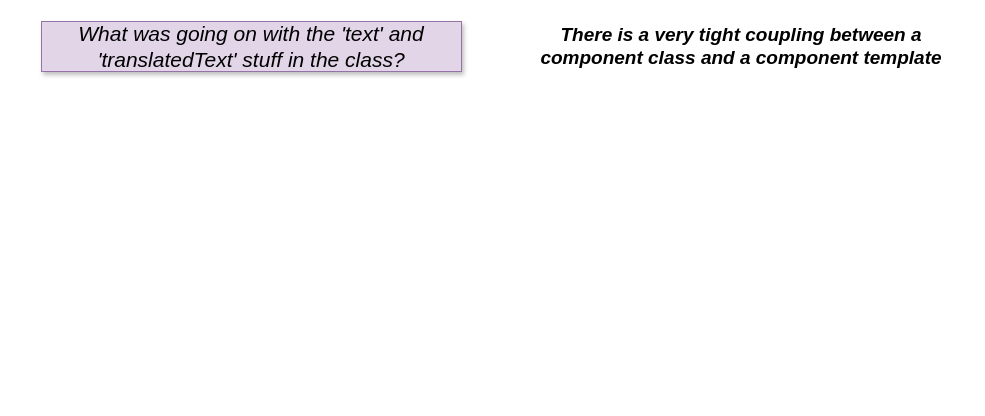
StephenGrider/ng-casts keeps this draw.io diagram as page "14 - mapping" (13 of 14) of diagrams/cards/cards.drawio. Above is the earlier version. Source tidied: cells renumbered, new cells numbered last; positions are measured from the earlier drawing's top-left corner, leaving out a move shared by most shapes. Both pictures are drawn from the tidied source at 100%, with x=0, y=0 at pixel (41, 21).
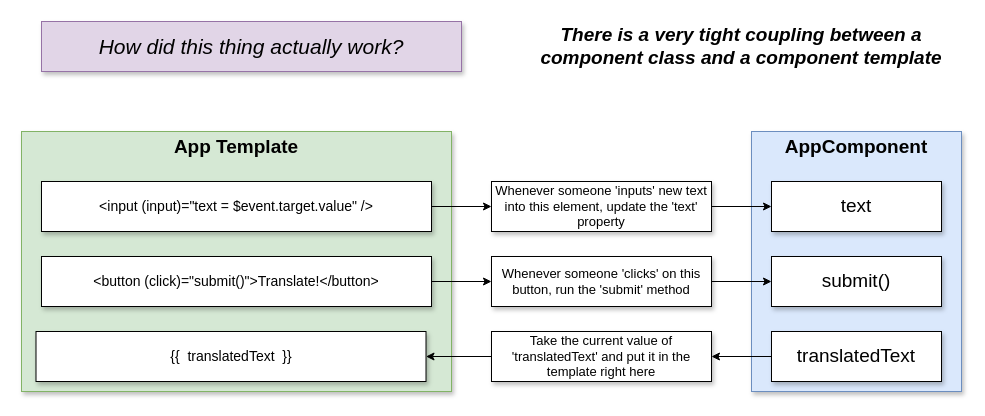
The same page after the edit.

The edit, as a diff of the source:
```diff
@@
-    <mxCell id="2" value="What was going on with the 'text' and 'translatedText' stuff in the class?" style="rounded=0;whiteSpace=wrap;html=1;shadow=1;fontSize=21;align=center;fillColor=#e1d5e7;strokeColor=#9673a6;fontStyle=2;" parent="1" vertex="1">
+    <mxCell id="2" value="How did this thing actually work?" style="rounded=0;whiteSpace=wrap;html=1;shadow=1;fontSize=21;align=center;fillColor=#e1d5e7;strokeColor=#9673a6;fontStyle=2;" parent="1" vertex="1">
       <mxGeometry width="420" height="50" as="geometry" />
     </mxCell>
@@
+    <mxCell id="4" value="&lt;b&gt;AppComponent&lt;br&gt;&lt;br&gt;&lt;br&gt;&lt;br&gt;&lt;br&gt;&lt;br&gt;&lt;br&gt;&lt;br&gt;&lt;br&gt;&lt;br&gt;&lt;br&gt;&lt;/b&gt;" style="rounded=0;whiteSpace=wrap;html=1;shadow=1;fontSize=19;align=center;fillColor=#dae8fc;strokeColor=#6c8ebf;" parent="1" vertex="1">
+      <mxGeometry x="710" y="110" width="210" height="260" as="geometry" />
+    </mxCell>
+    <mxCell id="5" value="text" style="rounded=0;whiteSpace=wrap;html=1;shadow=1;fontSize=19;align=center;" parent="1" vertex="1">
+      <mxGeometry x="730" y="160" width="170" height="50" as="geometry" />
+    </mxCell>
+    <mxCell id="6" style="edgeStyle=orthogonalEdgeStyle;rounded=0;jettySize=auto;html=1;exitX=0;exitY=0.5;exitDx=0;exitDy=0;fontSize=11;" parent="1" edge="1" source="7" target="20">
+      <mxGeometry relative="1" as="geometry" />
+    </mxCell>
+    <mxCell id="7" value="translatedText" style="rounded=0;whiteSpace=wrap;html=1;shadow=1;fontSize=19;align=center;" parent="1" vertex="1">
+      <mxGeometry x="730" y="310" width="170" height="50" as="geometry" />
+    </mxCell>
+    <mxCell id="8" value="submit()" style="rounded=0;whiteSpace=wrap;html=1;shadow=1;fontSize=19;align=center;" parent="1" vertex="1">
+      <mxGeometry x="730" y="235" width="170" height="50" as="geometry" />
+    </mxCell>
+    <mxCell id="9" value="&lt;b&gt;App Template&lt;br&gt;&lt;br&gt;&lt;br&gt;&lt;br&gt;&lt;br&gt;&lt;br&gt;&lt;br&gt;&lt;br&gt;&lt;br&gt;&lt;br&gt;&lt;br&gt;&lt;/b&gt;" style="rounded=0;whiteSpace=wrap;html=1;shadow=1;fontSize=19;align=center;fillColor=#d5e8d4;strokeColor=#82b366;" parent="1" vertex="1">
+      <mxGeometry x="-20" y="110" width="430" height="260" as="geometry" />
+    </mxCell>
+    <mxCell id="10" value="{{&amp;nbsp; translatedText&amp;nbsp; }}" style="rounded=0;whiteSpace=wrap;html=1;shadow=1;fontSize=14;align=center;" parent="1" vertex="1">
+      <mxGeometry x="-5.5" y="310" width="390" height="50" as="geometry" />
+    </mxCell>
+    <mxCell id="11" style="edgeStyle=orthogonalEdgeStyle;rounded=0;jettySize=auto;html=1;exitX=1;exitY=0.5;exitDx=0;exitDy=0;fontSize=11;" parent="1" edge="1" source="12" target="16">
+      <mxGeometry relative="1" as="geometry" />
+    </mxCell>
+    <mxCell id="12" value="&amp;lt;input (input)=&quot;text = $event.target.value&quot; /&amp;gt;" style="rounded=0;whiteSpace=wrap;html=1;shadow=1;fontSize=14;align=center;" parent="1" vertex="1">
+      <mxGeometry y="160" width="390" height="50" as="geometry" />
+    </mxCell>
+    <mxCell id="13" style="edgeStyle=orthogonalEdgeStyle;rounded=0;jettySize=auto;html=1;exitX=1;exitY=0.5;exitDx=0;exitDy=0;fontSize=11;" parent="1" edge="1" source="14" target="18">
+      <mxGeometry relative="1" as="geometry" />
+    </mxCell>
+    <mxCell id="14" value="&amp;lt;button (click)=&quot;submit()&quot;&amp;gt;Translate!&amp;lt;/button&amp;gt;" style="rounded=0;whiteSpace=wrap;html=1;shadow=1;fontSize=14;align=center;" parent="1" vertex="1">
+      <mxGeometry y="235" width="390" height="50" as="geometry" />
+    </mxCell>
+    <mxCell id="15" style="edgeStyle=orthogonalEdgeStyle;rounded=0;jettySize=auto;html=1;exitX=1;exitY=0.5;exitDx=0;exitDy=0;fontSize=11;" parent="1" edge="1" source="16" target="5">
+      <mxGeometry relative="1" as="geometry" />
+    </mxCell>
+    <mxCell id="16" value="Whenever someone 'inputs' new text into this element, update the 'text' property" style="rounded=0;whiteSpace=wrap;html=1;shadow=1;fontSize=13;align=center;" parent="1" vertex="1">
+      <mxGeometry x="450" y="160" width="220" height="50" as="geometry" />
+    </mxCell>
+    <mxCell id="17" style="edgeStyle=orthogonalEdgeStyle;rounded=0;jettySize=auto;html=1;exitX=1;exitY=0.5;exitDx=0;exitDy=0;fontSize=11;" parent="1" edge="1" source="18" target="8">
+      <mxGeometry relative="1" as="geometry" />
+    </mxCell>
+    <mxCell id="18" value="Whenever someone 'clicks' on this button, run the 'submit' method" style="rounded=0;whiteSpace=wrap;html=1;shadow=1;fontSize=13;align=center;" parent="1" vertex="1">
+      <mxGeometry x="450" y="235" width="220" height="50" as="geometry" />
+    </mxCell>
+    <mxCell id="19" style="edgeStyle=orthogonalEdgeStyle;rounded=0;jettySize=auto;html=1;exitX=0;exitY=0.5;exitDx=0;exitDy=0;fontSize=11;" parent="1" edge="1" source="20" target="10">
+      <mxGeometry relative="1" as="geometry" />
+    </mxCell>
+    <mxCell id="20" value="Take the current value of 'translatedText' and put it in the template right here" style="rounded=0;whiteSpace=wrap;html=1;shadow=1;fontSize=13;align=center;" parent="1" vertex="1">
+      <mxGeometry x="450" y="310" width="220" height="50" as="geometry" />
+    </mxCell>
```
